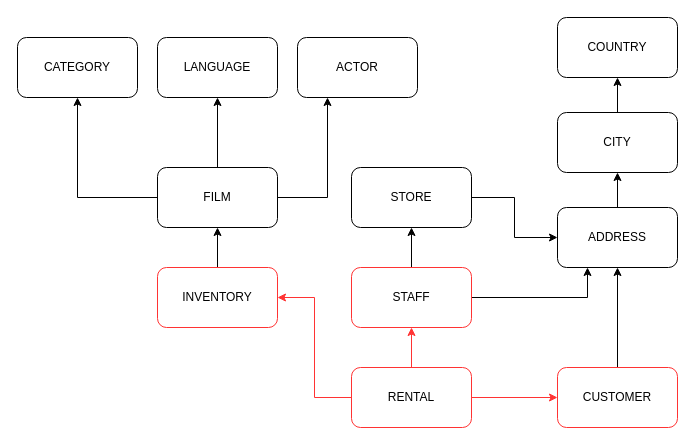
luhoangve24/Diagram keeps this draw.io diagram as Basic_Sakila_Operational_Source.drawio. Above is the earlier version. Source tidied: cells renumbered, new cells numbered last; positions are measured from the earlier drawing's top-left corner, leaving out a move shared by most shapes. Both pictures are drawn from the tidied source at 100%, with x=0, y=0 at pixel (17, 17).
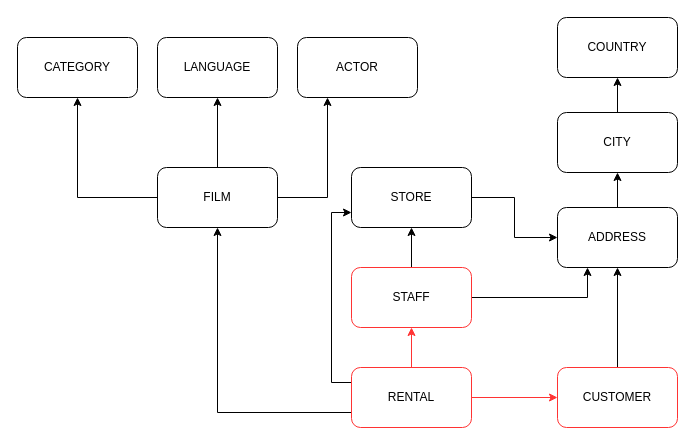
The same diagram, later.

Commit message (it also covers changes not shown here):
Cập nhật Basic_Sakila_Operational_Source.drawio

The change refers to these unchanged cells:
```xml
<mxCell id="5" value="RENTAL" style="rounded=1;whiteSpace=wrap;html=1;strokeColor=#FF3333;" parent="1" vertex="1">
  <mxGeometry x="334" y="350" width="120" height="60" as="geometry" />
</mxCell>
<mxCell id="10" value="STORE" style="rounded=1;whiteSpace=wrap;html=1;" parent="1" vertex="1">
  <mxGeometry x="334" y="150" width="120" height="60" as="geometry" />
</mxCell>
<mxCell id="18" value="FILM" style="rounded=1;whiteSpace=wrap;html=1;" parent="1" vertex="1">
  <mxGeometry x="140" y="150" width="120" height="60" as="geometry" />
</mxCell>
```

Diff of the diagram source:
```diff
@@
-    <mxCell id="4" style="edgeStyle=orthogonalEdgeStyle;rounded=0;jettySize=auto;html=1;entryX=1;entryY=0.5;entryDx=0;entryDy=0;strokeColor=#FF3333;" parent="1" edge="1" source="5" target="14">
-      <mxGeometry relative="1" as="geometry" />
-    </mxCell>
+    <mxCell id="27" style="edgeStyle=orthogonalEdgeStyle;rounded=0;jettySize=auto;html=1;exitX=0;exitY=0.75;exitDx=0;exitDy=0;entryX=0.5;entryY=1;entryDx=0;entryDy=0;" parent="1" edge="1" source="5" target="18">
+      <mxGeometry relative="1" as="geometry" />
+    </mxCell>
+    <mxCell id="28" style="edgeStyle=orthogonalEdgeStyle;rounded=0;jettySize=auto;html=1;exitX=0;exitY=0.25;exitDx=0;exitDy=0;entryX=0;entryY=0.75;entryDx=0;entryDy=0;" parent="1" edge="1" source="5" target="10">
+      <mxGeometry relative="1" as="geometry" />
+    </mxCell>
@@
-    <mxCell id="13" style="edgeStyle=orthogonalEdgeStyle;rounded=0;jettySize=auto;html=1;exitX=0.5;exitY=0;exitDx=0;exitDy=0;entryX=0.5;entryY=1;entryDx=0;entryDy=0;" parent="1" edge="1" source="14" target="18">
-      <mxGeometry relative="1" as="geometry" />
-    </mxCell>
-    <mxCell id="14" value="INVENTORY" style="rounded=1;whiteSpace=wrap;html=1;strokeColor=#FF3333;" parent="1" vertex="1">
-      <mxGeometry x="140" y="250" width="120" height="60" as="geometry" />
-    </mxCell>
```
